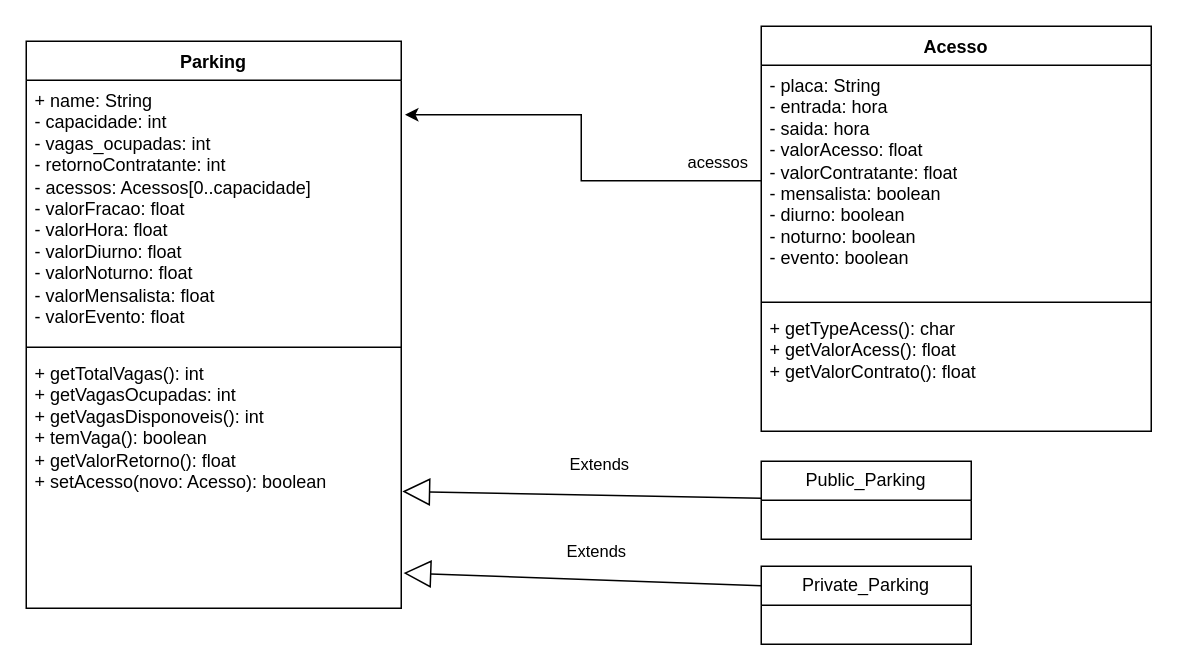
Pedronosrins/OO keeps this draw.io diagram as TP/Class Diagram.drawio. Above is the earlier version. Source tidied: cells renumbered, new cells numbered last; positions are measured from the earlier drawing's top-left corner, leaving out a move shared by most shapes. Both pictures are drawn from the tidied source at 150%, with x=0, y=0 at pixel (26, 26).
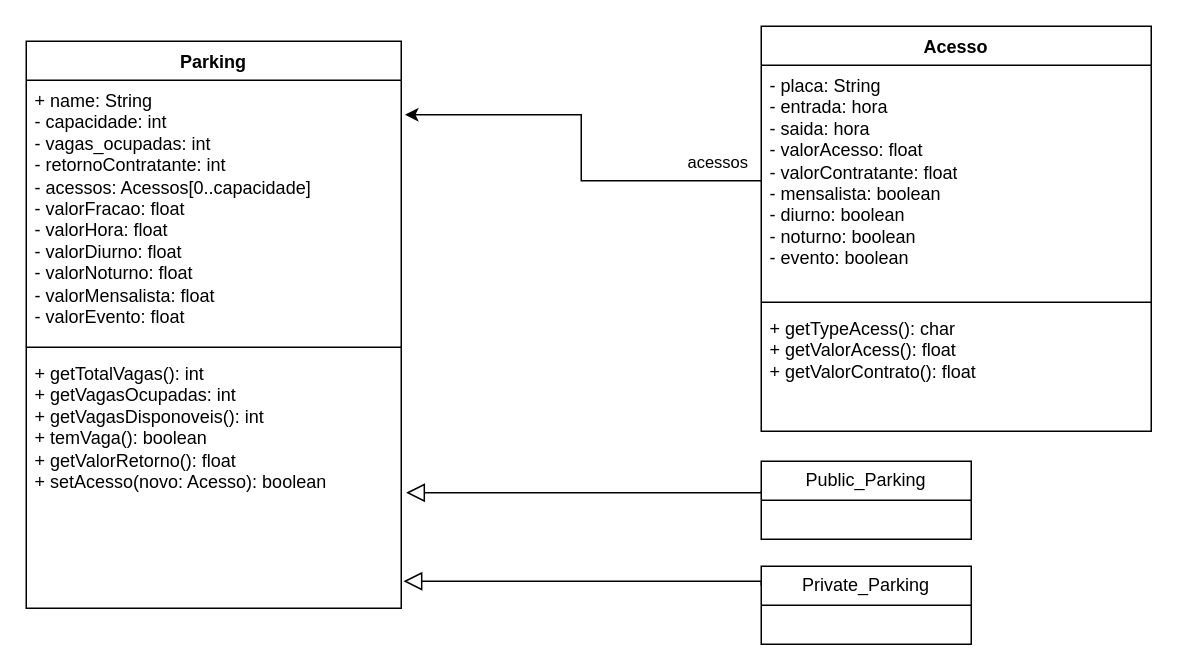
After the change.

Unchanged cells that the change refers to:
```xml
<mxCell id="5" value="+ getTotalVagas(): int&lt;br&gt;+ getVagasOcupadas: int&lt;br&gt;+ getVagasDisponoveis(): int&lt;br&gt;+ temVaga(): boolean&lt;br&gt;+ getValorRetorno(): float&lt;br&gt;+ setAcesso(novo: Acesso): boolean" style="text;strokeColor=none;fillColor=none;align=left;verticalAlign=top;spacingLeft=4;spacingRight=4;overflow=hidden;points=[[0,0.5],[1,0.5]];portConstraint=eastwest;whiteSpace=wrap;html=1;" parent="2" vertex="1">
  <mxGeometry y="208" width="250" height="170" as="geometry" />
</mxCell>
<mxCell id="10" value="Public_Parking" style="swimlane;fontStyle=0;horizontal=1;startSize=26;fillColor=none;whiteSpace=wrap;html=1;" parent="1" vertex="1">
  <mxGeometry x="490" y="290" width="140" height="52" as="geometry" />
</mxCell>
<mxCell id="11" value="Private_Parking" style="swimlane;fontStyle=0;horizontal=1;startSize=26;fillColor=none;whiteSpace=wrap;html=1;" parent="1" vertex="1">
  <mxGeometry x="490" y="360" width="140" height="52" as="geometry" />
</mxCell>
```

The edit, as a diff of the source:
```diff
@@
+    <mxCell id="15" style="endArrow=block;endSize=10;endFill=0;shadow=0;strokeWidth=1;rounded=0;edgeStyle=elbowEdgeStyle;elbow=vertical;entryX=1.006;entryY=0.891;entryDx=0;entryDy=0;entryPerimeter=0;exitX=0;exitY=0.25;exitDx=0;exitDy=0;" parent="1" edge="1" source="11" target="5">
+      <mxGeometry relative="1" as="geometry">
+        <Array as="points">
+          <mxPoint x="489" y="370" />
+          <mxPoint x="318" y="511" />
+          <mxPoint x="368" y="401" />
+          <mxPoint x="198" y="471" />
+          <mxPoint x="238" y="511" />
+          <mxPoint x="388" y="451" />
+        </Array>
+      </mxGeometry>
+    </mxCell>
@@
-    <mxCell id="14" value="Extends" style="endArrow=block;endSize=16;endFill=0;html=1;rounded=0;entryX=1.003;entryY=0.542;entryDx=0;entryDy=0;entryPerimeter=0;" parent="1" edge="1" source="10" target="5">
-      <mxGeometry x="-0.1" y="-21" relative="1" as="geometry" />
-    </mxCell>
-    <mxCell id="15" value="Extends" style="endArrow=block;endSize=16;endFill=0;html=1;rounded=0;entryX=1.006;entryY=0.862;entryDx=0;entryDy=0;entryPerimeter=0;exitX=0;exitY=0.25;exitDx=0;exitDy=0;" parent="1" edge="1" source="11" target="5">
-      <mxGeometry x="-0.07" y="-19" relative="1" as="geometry" />
-    </mxCell>
+    <mxCell id="16" style="endArrow=block;endSize=10;endFill=0;shadow=0;strokeWidth=1;rounded=0;edgeStyle=elbowEdgeStyle;elbow=vertical;entryX=1.013;entryY=0.547;entryDx=0;entryDy=0;entryPerimeter=0;" parent="1" edge="1" target="5">
+      <mxGeometry relative="1" as="geometry">
+        <mxPoint x="490" y="310" as="sourcePoint" />
+        <Array as="points">
+          <mxPoint x="527" y="311" />
+          <mxPoint x="356" y="452" />
+          <mxPoint x="406" y="342" />
+          <mxPoint x="236" y="412" />
+          <mxPoint x="276" y="452" />
+          <mxPoint x="426" y="392" />
+        </Array>
+      </mxGeometry>
+    </mxCell>
```
